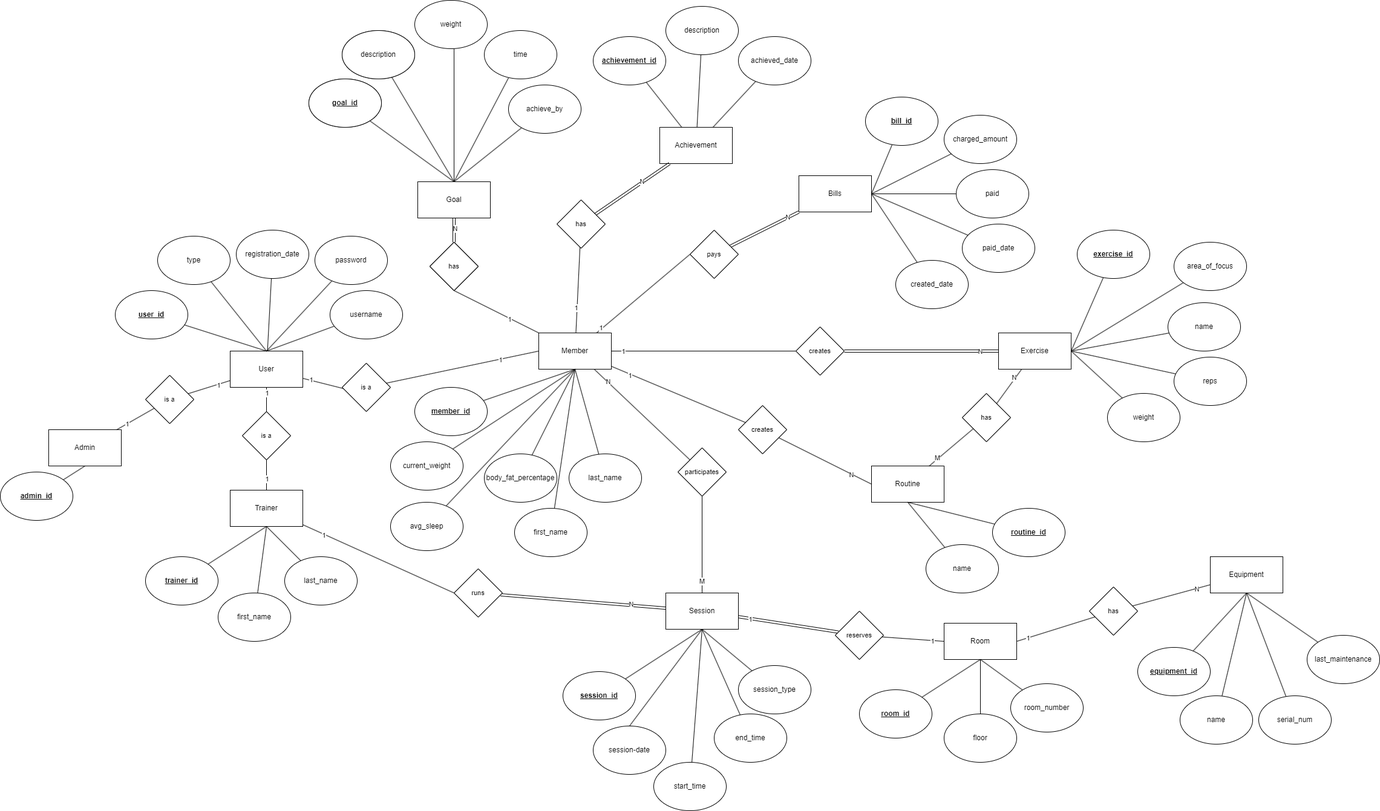
The draw.io diagram documentation/er-diagram.drawio.png in athcn/comp3005-project-v2, before a commit. Source tidied: cells renumbered, new cells last; positions are measured from the earlier drawing's top-left corner, leaving out a move shared by most shapes.
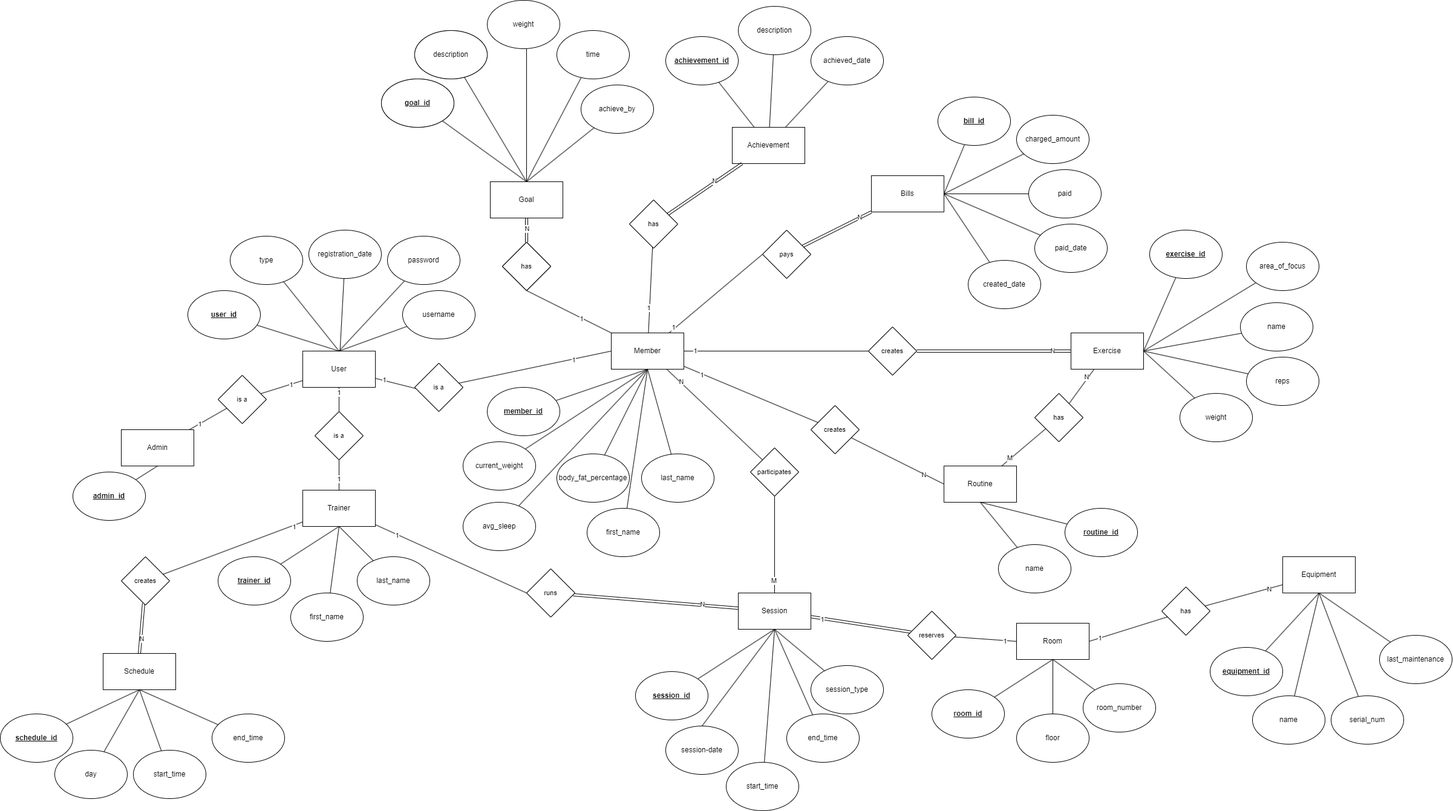
After the change.

What changed in the source:
```diff
@@ -547,5 +547,47 @@
     <mxCell id="176" value="last_maintenance" style="ellipse;whiteSpace=wrap;html=1;" parent="1" vertex="1">
       <mxGeometry x="2160" y="1050" width="120" height="80" as="geometry" />
     </mxCell>
+    <mxCell id="177" value="Schedule" style="rounded=0;whiteSpace=wrap;html=1;" parent="1" vertex="1">
+      <mxGeometry x="50" y="1080" width="120" height="60" as="geometry" />
+    </mxCell>
+    <mxCell id="178" style="rounded=0;jettySize=auto;html=1;entryX=0.5;entryY=1;entryDx=0;entryDy=0;endArrow=none;endFill=0;" parent="1" edge="1" source="179" target="177">
+      <mxGeometry relative="1" as="geometry" />
+    </mxCell>
+    <mxCell id="179" value="&lt;b&gt;&lt;u&gt;schedule_id&lt;/u&gt;&lt;/b&gt;" style="ellipse;whiteSpace=wrap;html=1;" parent="1" vertex="1">
+      <mxGeometry x="-120" y="1180" width="120" height="80" as="geometry" />
+    </mxCell>
+    <mxCell id="180" style="rounded=0;jettySize=auto;html=1;entryX=0.5;entryY=1;entryDx=0;entryDy=0;endArrow=none;endFill=0;" parent="1" edge="1" source="181" target="177">
+      <mxGeometry relative="1" as="geometry" />
+    </mxCell>
+    <mxCell id="181" value="day" style="ellipse;whiteSpace=wrap;html=1;" parent="1" vertex="1">
+      <mxGeometry x="-30" y="1240" width="120" height="80" as="geometry" />
+    </mxCell>
+    <mxCell id="182" style="edgeStyle=none;rounded=0;jettySize=auto;html=1;entryX=0.5;entryY=1;entryDx=0;entryDy=0;strokeColor=default;align=center;verticalAlign=middle;fontFamily=Helvetica;fontSize=11;fontColor=default;labelBackgroundColor=default;endArrow=none;endFill=0;" parent="1" edge="1" source="183" target="177">
+      <mxGeometry relative="1" as="geometry" />
+    </mxCell>
+    <mxCell id="183" value="start_time" style="ellipse;whiteSpace=wrap;html=1;" parent="1" vertex="1">
+      <mxGeometry x="100" y="1240" width="120" height="80" as="geometry" />
+    </mxCell>
+    <mxCell id="184" style="edgeStyle=none;rounded=0;jettySize=auto;html=1;entryX=0.5;entryY=1;entryDx=0;entryDy=0;strokeColor=default;align=center;verticalAlign=middle;fontFamily=Helvetica;fontSize=11;fontColor=default;labelBackgroundColor=default;endArrow=none;endFill=0;" parent="1" edge="1" source="185" target="177">
+      <mxGeometry relative="1" as="geometry" />
+    </mxCell>
+    <mxCell id="185" value="end_time" style="ellipse;whiteSpace=wrap;html=1;" parent="1" vertex="1">
+      <mxGeometry x="230" y="1180" width="120" height="80" as="geometry" />
+    </mxCell>
+    <mxCell id="186" style="edgeStyle=none;rounded=0;jettySize=auto;html=1;entryX=0.5;entryY=0;entryDx=0;entryDy=0;strokeColor=default;align=center;verticalAlign=middle;fontFamily=Helvetica;fontSize=11;fontColor=default;labelBackgroundColor=default;endArrow=none;endFill=0;shape=link;" parent="1" edge="1" source="190" target="177">
+      <mxGeometry relative="1" as="geometry" />
+    </mxCell>
+    <mxCell id="187" value="N" style="edgeLabel;html=1;align=center;verticalAlign=middle;fontFamily=Helvetica;fontSize=11;fontColor=default;labelBackgroundColor=default;" parent="186" vertex="1">
+      <mxGeometry x="0.41" y="2" relative="1" as="geometry" />
+    </mxCell>
+    <mxCell id="188" style="edgeStyle=none;rounded=0;jettySize=auto;html=1;strokeColor=default;align=center;verticalAlign=middle;fontFamily=Helvetica;fontSize=11;fontColor=default;labelBackgroundColor=default;endArrow=none;endFill=0;" parent="1" edge="1" source="190" target="30">
+      <mxGeometry relative="1" as="geometry" />
+    </mxCell>
+    <mxCell id="189" value="1" style="edgeLabel;html=1;align=center;verticalAlign=middle;fontFamily=Helvetica;fontSize=11;fontColor=default;labelBackgroundColor=default;" parent="188" vertex="1">
+      <mxGeometry x="0.87" y="-2" relative="1" as="geometry" />
+    </mxCell>
+    <mxCell id="190" value="creates" style="rhombus;whiteSpace=wrap;html=1;fontFamily=Helvetica;fontSize=11;fontColor=default;labelBackgroundColor=default;" parent="1" vertex="1">
+      <mxGeometry x="80" y="920" width="80" height="80" as="geometry" />
+    </mxCell>
   </root>
 </mxGraphModel>
```
